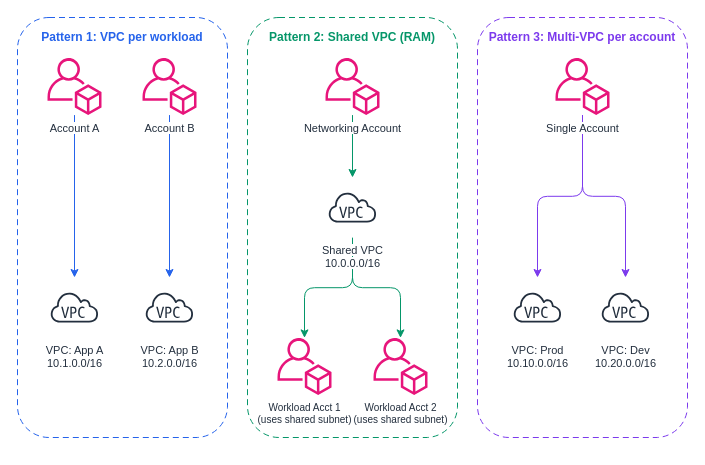
Before: content/assets/foundation/vpc-design-patterns.drawio in aws/aws-networking-best-practices, a draw.io diagram. Source tidied: cells renumbered, new cells numbered last; positions are measured from the earlier drawing's top-left corner, leaving out a move shared by most shapes. Both pictures are drawn from the tidied source at 100%, with x=0, y=0 at pixel (17, 17).
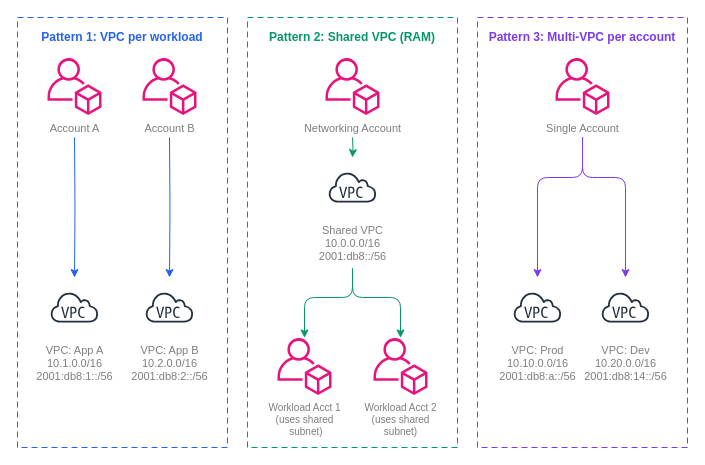
After the change.

The edit, as a diff of the source:
```diff
@@
-    <mxCell id="2" value="Pattern 1: VPC per workload" style="rounded=1;whiteSpace=wrap;html=1;dashed=1;dashPattern=6 4;strokeColor=#2563eb;fillColor=none;verticalAlign=top;fontStyle=1;fontColor=#2563eb;fontSize=12;spacingTop=6;" parent="1" vertex="1">
-      <mxGeometry width="210" height="420" as="geometry" />
+    <mxCell id="2" value="Pattern 1: VPC per workload" style="rounded=0;whiteSpace=wrap;html=1;dashed=1;dashPattern=6 4;strokeColor=#2563eb;fillColor=none;verticalAlign=top;fontStyle=1;fontColor=#2563eb;fontSize=12;spacingTop=6;" parent="1" vertex="1">
+      <mxGeometry width="210" height="430" as="geometry" />
     </mxCell>
-    <mxCell id="3" value="VPC: App A&#10;10.1.0.0/16" style="sketch=0;outlineConnect=0;fontColor=#232F3E;gradientColor=none;strokeColor=#232F3E;fillColor=#ffffff;dashed=0;verticalLabelPosition=bottom;verticalAlign=top;align=center;html=1;fontSize=11;fontStyle=0;shape=mxgraph.aws4.resourceIcon;resIcon=mxgraph.aws4.virtual_private_cloud;" parent="1" vertex="1">
+    <mxCell id="3" value="&lt;div&gt;VPC: App A&lt;/div&gt;&lt;div&gt;10.1.0.0/16&lt;/div&gt;&lt;div&gt;2001:db8:1::/56&lt;/div&gt;" style="sketch=0;outlineConnect=0;fontColor=light-dark(#7E7E7E,#7E7E7E);gradientColor=none;strokeColor=#232F3E;fillColor=#ffffff;dashed=0;verticalLabelPosition=bottom;verticalAlign=top;align=center;html=1;fontSize=11;fontStyle=0;shape=mxgraph.aws4.resourceIcon;resIcon=mxgraph.aws4.virtual_private_cloud;" parent="1" vertex="1">
       <mxGeometry x="27" y="260" width="60" height="60" as="geometry" />
     </mxCell>
-    <mxCell id="4" value="VPC: App B&#10;10.2.0.0/16" style="sketch=0;outlineConnect=0;fontColor=#232F3E;gradientColor=none;strokeColor=#232F3E;fillColor=#ffffff;dashed=0;verticalLabelPosition=bottom;verticalAlign=top;align=center;html=1;fontSize=11;fontStyle=0;shape=mxgraph.aws4.resourceIcon;resIcon=mxgraph.aws4.virtual_private_cloud;" parent="1" vertex="1">
+    <mxCell id="4" value="&lt;div&gt;VPC: App B&lt;/div&gt;&lt;div&gt;10.2.0.0/16&lt;/div&gt;&lt;div&gt;2001:db8:2::/56&lt;/div&gt;" style="sketch=0;outlineConnect=0;fontColor=light-dark(#7E7E7E,#7E7E7E);gradientColor=none;strokeColor=#232F3E;fillColor=#ffffff;dashed=0;verticalLabelPosition=bottom;verticalAlign=top;align=center;html=1;fontSize=11;fontStyle=0;shape=mxgraph.aws4.resourceIcon;resIcon=mxgraph.aws4.virtual_private_cloud;" parent="1" vertex="1">
       <mxGeometry x="122" y="260" width="60" height="60" as="geometry" />
     </mxCell>
-    <mxCell id="5" style="edgeStyle=orthogonalEdgeStyle;rounded=1;html=1;endArrow=classic;strokeColor=#2563eb;" parent="1" edge="1" source="18" target="3">
-      <mxGeometry relative="1" as="geometry" />
+    <mxCell id="5" style="edgeStyle=orthogonalEdgeStyle;rounded=1;html=1;endArrow=classic;strokeColor=#2563eb;" parent="1" edge="1" target="3">
+      <mxGeometry relative="1" as="geometry">
+        <mxPoint x="57" y="120" as="sourcePoint" />
+      </mxGeometry>
     </mxCell>
-    <mxCell id="6" style="edgeStyle=orthogonalEdgeStyle;rounded=1;html=1;endArrow=classic;strokeColor=#2563eb;" parent="1" edge="1" source="19" target="4">
-      <mxGeometry relative="1" as="geometry" />
+    <mxCell id="6" style="edgeStyle=orthogonalEdgeStyle;rounded=1;html=1;endArrow=classic;strokeColor=#2563eb;" parent="1" edge="1" target="4">
+      <mxGeometry relative="1" as="geometry">
+        <mxPoint x="152" y="120" as="sourcePoint" />
+      </mxGeometry>
     </mxCell>
-    <mxCell id="7" value="Pattern 2: Shared VPC (RAM)" style="rounded=1;whiteSpace=wrap;html=1;dashed=1;dashPattern=6 4;strokeColor=#059669;fillColor=none;verticalAlign=top;fontStyle=1;fontColor=#059669;fontSize=12;spacingTop=6;" parent="1" vertex="1">
-      <mxGeometry x="230" width="210" height="420" as="geometry" />
+    <mxCell id="7" value="Pattern 2: Shared VPC (RAM)" style="rounded=0;whiteSpace=wrap;html=1;dashed=1;dashPattern=6 4;strokeColor=#059669;fillColor=none;verticalAlign=top;fontStyle=1;fontColor=#059669;fontSize=12;spacingTop=6;" parent="1" vertex="1">
+      <mxGeometry x="230" width="210" height="430" as="geometry" />
     </mxCell>
-    <mxCell id="8" value="Workload Acct 1&#10;(uses shared subnet)" style="sketch=0;outlineConnect=0;fontColor=#232F3E;gradientColor=none;fillColor=#E7157B;strokeColor=none;dashed=0;verticalLabelPosition=bottom;verticalAlign=top;align=center;html=1;fontSize=10;fontStyle=0;shape=mxgraph.aws4.organizations_account;" parent="1" vertex="1">
+    <mxCell id="8" value="Workload Acct 1&lt;br&gt;(uses shared&lt;br&gt;&amp;nbsp;subnet)" style="sketch=0;outlineConnect=0;fontColor=light-dark(#7E7E7E,#7E7E7E);gradientColor=none;fillColor=#E7157B;strokeColor=none;dashed=0;verticalLabelPosition=bottom;verticalAlign=top;align=center;html=1;fontSize=10;fontStyle=0;shape=mxgraph.aws4.organizations_account;" parent="1" vertex="1">
       <mxGeometry x="260" y="320" width="54" height="58" as="geometry" />
     </mxCell>
-    <mxCell id="9" value="Workload Acct 2&#10;(uses shared subnet)" style="sketch=0;outlineConnect=0;fontColor=#232F3E;gradientColor=none;fillColor=#E7157B;strokeColor=none;dashed=0;verticalLabelPosition=bottom;verticalAlign=top;align=center;html=1;fontSize=10;fontStyle=0;shape=mxgraph.aws4.organizations_account;" parent="1" vertex="1">
+    <mxCell id="9" value="Workload Acct 2&lt;br&gt;(uses shared&lt;br&gt;subnet)" style="sketch=0;outlineConnect=0;fontColor=light-dark(#7E7E7E,#7E7E7E);gradientColor=none;fillColor=#E7157B;strokeColor=none;dashed=0;verticalLabelPosition=bottom;verticalAlign=top;align=center;html=1;fontSize=10;fontStyle=0;shape=mxgraph.aws4.organizations_account;" parent="1" vertex="1">
       <mxGeometry x="356" y="320" width="54" height="58" as="geometry" />
     </mxCell>
-    <mxCell id="10" style="edgeStyle=orthogonalEdgeStyle;rounded=1;html=1;endArrow=classic;strokeColor=#059669;" parent="1" edge="1" source="20" target="22">
-      <mxGeometry relative="1" as="geometry" />
+    <mxCell id="10" style="edgeStyle=orthogonalEdgeStyle;rounded=1;html=1;endArrow=classic;strokeColor=#059669;" parent="1" edge="1" target="22">
+      <mxGeometry relative="1" as="geometry">
+        <mxPoint x="335" y="120" as="sourcePoint" />
+      </mxGeometry>
     </mxCell>
-    <mxCell id="11" style="edgeStyle=orthogonalEdgeStyle;rounded=1;html=1;endArrow=classic;strokeColor=#059669;" parent="1" edge="1" source="22" target="8">
-      <mxGeometry relative="1" as="geometry" />
+    <mxCell id="11" style="edgeStyle=orthogonalEdgeStyle;rounded=1;html=1;endArrow=classic;strokeColor=#059669;" parent="1" edge="1" target="8">
+      <mxGeometry relative="1" as="geometry">
+        <mxPoint x="335" y="251" as="sourcePoint" />
+        <Array as="points">
+          <mxPoint x="335" y="280" />
+          <mxPoint x="287" y="280" />
+        </Array>
+      </mxGeometry>
     </mxCell>
-    <mxCell id="12" style="edgeStyle=orthogonalEdgeStyle;rounded=1;html=1;endArrow=classic;strokeColor=#059669;" parent="1" edge="1" source="22" target="9">
-      <mxGeometry relative="1" as="geometry" />
+    <mxCell id="12" style="edgeStyle=orthogonalEdgeStyle;rounded=1;html=1;endArrow=classic;strokeColor=#059669;" parent="1" edge="1" target="9">
+      <mxGeometry relative="1" as="geometry">
+        <mxPoint x="335" y="251" as="sourcePoint" />
+        <Array as="points">
+          <mxPoint x="335" y="280" />
+          <mxPoint x="383" y="280" />
+        </Array>
+      </mxGeometry>
     </mxCell>
-    <mxCell id="13" value="Pattern 3: Multi-VPC per account" style="rounded=1;whiteSpace=wrap;html=1;dashed=1;dashPattern=6 4;strokeColor=#7c3aed;fillColor=none;verticalAlign=top;fontStyle=1;fontColor=#7c3aed;fontSize=12;spacingTop=6;" parent="1" vertex="1">
-      <mxGeometry x="460" width="210" height="420" as="geometry" />
+    <mxCell id="13" value="Pattern 3: Multi-VPC per account" style="rounded=0;whiteSpace=wrap;html=1;dashed=1;dashPattern=6 4;strokeColor=#7c3aed;fillColor=none;verticalAlign=top;fontStyle=1;fontColor=#7c3aed;fontSize=12;spacingTop=6;" parent="1" vertex="1">
+      <mxGeometry x="460" width="210" height="430" as="geometry" />
     </mxCell>
-    <mxCell id="14" value="VPC: Prod&#10;10.10.0.0/16" style="sketch=0;outlineConnect=0;fontColor=#232F3E;gradientColor=none;strokeColor=#232F3E;fillColor=#ffffff;dashed=0;verticalLabelPosition=bottom;verticalAlign=top;align=center;html=1;fontSize=11;fontStyle=0;shape=mxgraph.aws4.resourceIcon;resIcon=mxgraph.aws4.virtual_private_cloud;" parent="1" vertex="1">
+    <mxCell id="14" value="&lt;div&gt;VPC: Prod&lt;/div&gt;&lt;div&gt;10.10.0.0/16&lt;/div&gt;&lt;div&gt;2001:db8:a::/56&lt;/div&gt;" style="sketch=0;outlineConnect=0;fontColor=light-dark(#7E7E7E,#7E7E7E);gradientColor=none;strokeColor=#232F3E;fillColor=#ffffff;dashed=0;verticalLabelPosition=bottom;verticalAlign=top;align=center;html=1;fontSize=11;fontStyle=0;shape=mxgraph.aws4.resourceIcon;resIcon=mxgraph.aws4.virtual_private_cloud;" parent="1" vertex="1">
       <mxGeometry x="490" y="260" width="60" height="60" as="geometry" />
     </mxCell>
-    <mxCell id="15" value="VPC: Dev&#10;10.20.0.0/16" style="sketch=0;outlineConnect=0;fontColor=#232F3E;gradientColor=none;strokeColor=#232F3E;fillColor=#ffffff;dashed=0;verticalLabelPosition=bottom;verticalAlign=top;align=center;html=1;fontSize=11;fontStyle=0;shape=mxgraph.aws4.resourceIcon;resIcon=mxgraph.aws4.virtual_private_cloud;" parent="1" vertex="1">
+    <mxCell id="15" value="&lt;div&gt;VPC: Dev&lt;/div&gt;&lt;div&gt;10.20.0.0/16&lt;/div&gt;&lt;div&gt;2001:db8:14::/56&lt;/div&gt;" style="sketch=0;outlineConnect=0;fontColor=light-dark(#7E7E7E,#7E7E7E);gradientColor=none;strokeColor=#232F3E;fillColor=#ffffff;dashed=0;verticalLabelPosition=bottom;verticalAlign=top;align=center;html=1;fontSize=11;fontStyle=0;shape=mxgraph.aws4.resourceIcon;resIcon=mxgraph.aws4.virtual_private_cloud;" parent="1" vertex="1">
       <mxGeometry x="578" y="260" width="60" height="60" as="geometry" />
     </mxCell>
-    <mxCell id="16" style="edgeStyle=orthogonalEdgeStyle;rounded=1;html=1;endArrow=classic;strokeColor=#7c3aed;" parent="1" edge="1" source="21" target="14">
-      <mxGeometry relative="1" as="geometry" />
+    <mxCell id="16" style="edgeStyle=orthogonalEdgeStyle;rounded=1;html=1;endArrow=classic;strokeColor=#7c3aed;" parent="1" edge="1" target="14">
+      <mxGeometry relative="1" as="geometry">
+        <mxPoint x="565" y="119.6" as="sourcePoint" />
+        <Array as="points">
+          <mxPoint x="565" y="160" />
+          <mxPoint x="520" y="160" />
+        </Array>
+      </mxGeometry>
     </mxCell>
-    <mxCell id="17" style="edgeStyle=orthogonalEdgeStyle;rounded=1;html=1;endArrow=classic;strokeColor=#7c3aed;" parent="1" edge="1" source="21" target="15">
-      <mxGeometry relative="1" as="geometry" />
+    <mxCell id="17" style="edgeStyle=orthogonalEdgeStyle;rounded=1;html=1;endArrow=classic;strokeColor=#7c3aed;" parent="1" edge="1" target="15">
+      <mxGeometry relative="1" as="geometry">
+        <mxPoint x="565" y="119.6" as="sourcePoint" />
+        <Array as="points">
+          <mxPoint x="565" y="160" />
+          <mxPoint x="608" y="160" />
+        </Array>
+      </mxGeometry>
     </mxCell>
-    <mxCell id="18" value="&lt;span style=&quot;background-color: light-dark(#ffffff, var(--ge-dark-color, #121212));&quot;&gt;Account A&lt;/span&gt;" style="sketch=0;outlineConnect=0;fontColor=#232F3E;gradientColor=none;fillColor=#E7157B;strokeColor=none;dashed=0;verticalLabelPosition=bottom;verticalAlign=top;align=center;html=1;fontSize=11;fontStyle=0;shape=mxgraph.aws4.organizations_account;" parent="1" vertex="1">
+    <mxCell id="18" value="&lt;span style=&quot;&quot;&gt;Account A&lt;/span&gt;" style="sketch=0;outlineConnect=0;fontColor=light-dark(#7E7E7E,#7E7E7E);gradientColor=none;fillColor=#E7157B;strokeColor=none;dashed=0;verticalLabelPosition=bottom;verticalAlign=top;align=center;html=1;fontSize=11;fontStyle=0;shape=mxgraph.aws4.organizations_account;labelBackgroundColor=none;" parent="1" vertex="1">
       <mxGeometry x="30" y="40" width="54" height="58" as="geometry" />
     </mxCell>
-    <mxCell id="19" value="&lt;span style=&quot;background-color: light-dark(#ffffff, var(--ge-dark-color, #121212));&quot;&gt;Account B&lt;/span&gt;" style="sketch=0;outlineConnect=0;fontColor=#232F3E;gradientColor=none;fillColor=#E7157B;strokeColor=none;dashed=0;verticalLabelPosition=bottom;verticalAlign=top;align=center;html=1;fontSize=11;fontStyle=0;shape=mxgraph.aws4.organizations_account;" parent="1" vertex="1">
+    <mxCell id="19" value="&lt;span style=&quot;&quot;&gt;Account B&lt;/span&gt;" style="sketch=0;outlineConnect=0;fontColor=light-dark(#7E7E7E,#7E7E7E);gradientColor=none;fillColor=#E7157B;strokeColor=none;dashed=0;verticalLabelPosition=bottom;verticalAlign=top;align=center;html=1;fontSize=11;fontStyle=0;shape=mxgraph.aws4.organizations_account;labelBackgroundColor=none;" parent="1" vertex="1">
       <mxGeometry x="125" y="40" width="54" height="58" as="geometry" />
     </mxCell>
-    <mxCell id="20" value="&lt;span style=&quot;background-color: light-dark(#ffffff, var(--ge-dark-color, #121212));&quot;&gt;Networking Account&lt;/span&gt;" style="sketch=0;outlineConnect=0;fontColor=#232F3E;gradientColor=none;fillColor=#E7157B;strokeColor=none;dashed=0;verticalLabelPosition=bottom;verticalAlign=top;align=center;html=1;fontSize=11;fontStyle=0;shape=mxgraph.aws4.organizations_account;" parent="1" vertex="1">
+    <mxCell id="20" value="&lt;span style=&quot;&quot;&gt;Networking Account&lt;/span&gt;" style="sketch=0;outlineConnect=0;fontColor=light-dark(#7E7E7E,#7E7E7E);gradientColor=none;fillColor=#E7157B;strokeColor=none;dashed=0;verticalLabelPosition=bottom;verticalAlign=top;align=center;html=1;fontSize=11;fontStyle=0;shape=mxgraph.aws4.organizations_account;labelBackgroundColor=none;" parent="1" vertex="1">
       <mxGeometry x="308" y="40" width="54" height="58" as="geometry" />
     </mxCell>
-    <mxCell id="21" value="&lt;span style=&quot;background-color: light-dark(#ffffff, var(--ge-dark-color, #121212));&quot;&gt;Single Account&lt;/span&gt;" style="sketch=0;outlineConnect=0;fontColor=#232F3E;gradientColor=none;fillColor=#E7157B;strokeColor=none;dashed=0;verticalLabelPosition=bottom;verticalAlign=top;align=center;html=1;fontSize=11;fontStyle=0;shape=mxgraph.aws4.organizations_account;" parent="1" vertex="1">
+    <mxCell id="21" value="&lt;span style=&quot;&quot;&gt;Single Account&lt;/span&gt;" style="sketch=0;outlineConnect=0;fontColor=light-dark(#7E7E7E,#7E7E7E);gradientColor=none;fillColor=#E7157B;strokeColor=none;dashed=0;verticalLabelPosition=bottom;verticalAlign=top;align=center;html=1;fontSize=11;fontStyle=0;shape=mxgraph.aws4.organizations_account;labelBackgroundColor=none;" parent="1" vertex="1">
       <mxGeometry x="538" y="40" width="54" height="58" as="geometry" />
     </mxCell>
-    <mxCell id="22" value="&lt;span style=&quot;background-color: light-dark(#ffffff, var(--ge-dark-color, #121212));&quot;&gt;Shared VPC&lt;br&gt;10.0.0.0/16&lt;/span&gt;" style="sketch=0;outlineConnect=0;fontColor=#232F3E;gradientColor=none;strokeColor=#232F3E;fillColor=#ffffff;dashed=0;verticalLabelPosition=bottom;verticalAlign=top;align=center;html=1;fontSize=11;fontStyle=0;shape=mxgraph.aws4.resourceIcon;resIcon=mxgraph.aws4.virtual_private_cloud;" parent="1" vertex="1">
-      <mxGeometry x="305" y="160" width="60" height="60" as="geometry" />
+    <mxCell id="22" value="&lt;div&gt;Shared VPC&lt;/div&gt;&lt;div&gt;10.0.0.0/16&lt;/div&gt;&lt;div&gt;2001:db8::/56&lt;/div&gt;" style="sketch=0;outlineConnect=0;fontColor=light-dark(#7E7E7E,#7E7E7E);gradientColor=none;strokeColor=#232F3E;fillColor=#ffffff;dashed=0;verticalLabelPosition=bottom;verticalAlign=top;align=center;html=1;fontSize=11;fontStyle=0;shape=mxgraph.aws4.resourceIcon;resIcon=mxgraph.aws4.virtual_private_cloud;labelBackgroundColor=none;" parent="1" vertex="1">
+      <mxGeometry x="305" y="140" width="60" height="60" as="geometry" />
     </mxCell>
```
